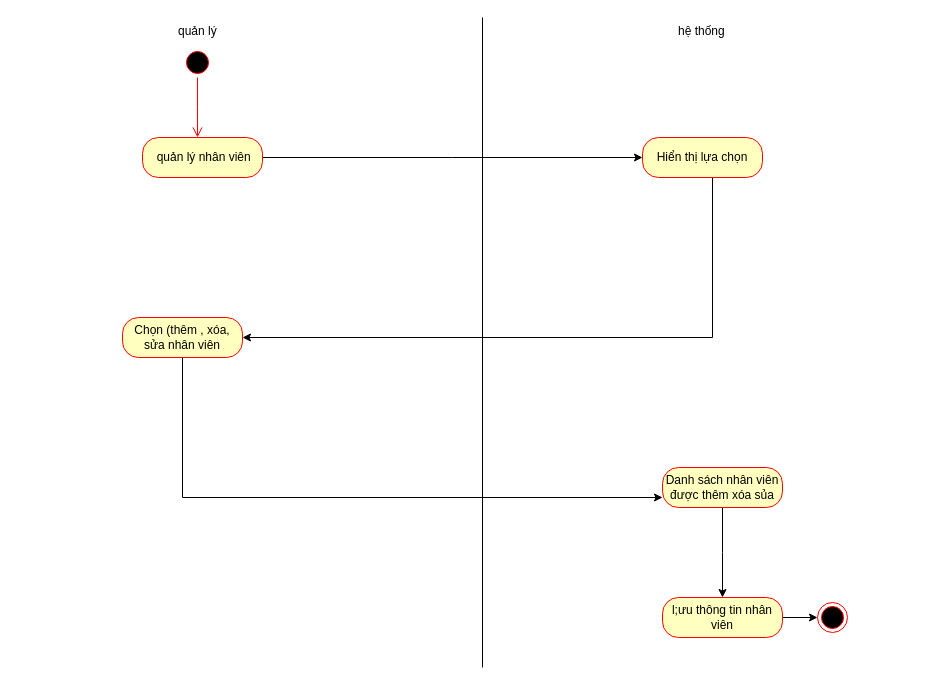
The draw.io diagram page "sửa nv" (1 of 16) of Untitled Diagram.drawio in sonha1/aaaa, before the edit. Source tidied: cells renumbered, new cells numbered last; positions are measured from the earlier drawing's top-left corner, leaving out a move shared by most shapes. Both pictures are drawn from the tidied source at 100%, with x=0, y=0 at pixel (122, 17).
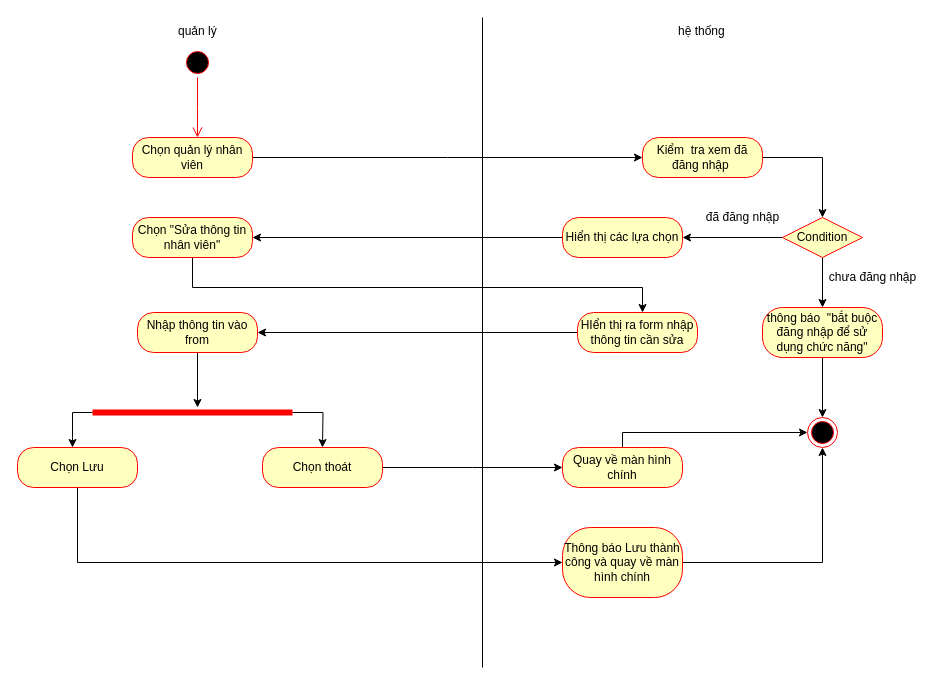
The same diagram, later.

Change to the diagram source:
```diff
@@
-    <mxCell id="8" value="&amp;nbsp;quản lý nhân viên" style="rounded=1;whiteSpace=wrap;html=1;arcSize=40;fontColor=#000000;fillColor=#ffffc0;strokeColor=#ff0000;" parent="1" vertex="1">
-      <mxGeometry x="20" y="120" width="120" height="40" as="geometry" />
+    <mxCell id="8" value="Chọn quản lý nhân viên" style="rounded=1;whiteSpace=wrap;html=1;arcSize=40;fontColor=#000000;fillColor=#ffffc0;strokeColor=#ff0000;" parent="1" vertex="1">
+      <mxGeometry x="10" y="120" width="120" height="40" as="geometry" />
     </mxCell>
-    <mxCell id="9" style="edgeStyle=orthogonalEdgeStyle;rounded=0;jettySize=auto;html=1;" parent="1" edge="1" source="10">
-      <mxGeometry relative="1" as="geometry">
-        <mxPoint x="120" y="320" as="targetPoint" />
-        <Array as="points">
-          <mxPoint x="590" y="320" />
-        </Array>
-      </mxGeometry>
-    </mxCell>
-    <mxCell id="10" value="Hiển thị lựa chọn" style="rounded=1;whiteSpace=wrap;html=1;arcSize=40;fontColor=#000000;fillColor=#ffffc0;strokeColor=#ff0000;" parent="1" vertex="1">
-      <mxGeometry x="520" y="120" width="120" height="40" as="geometry" />
-    </mxCell>
-    <mxCell id="11" style="edgeStyle=orthogonalEdgeStyle;rounded=0;jettySize=auto;html=1;" parent="1" edge="1" source="12">
-      <mxGeometry relative="1" as="geometry">
-        <mxPoint x="540" y="480" as="targetPoint" />
-        <Array as="points">
-          <mxPoint x="60" y="480" />
-        </Array>
-      </mxGeometry>
-    </mxCell>
-    <mxCell id="12" value="Chọn (thêm , xóa, sửa nhân viên" style="rounded=1;whiteSpace=wrap;html=1;arcSize=40;fontColor=#000000;fillColor=#ffffc0;strokeColor=#ff0000;" parent="1" vertex="1">
-      <mxGeometry y="300" width="120" height="40" as="geometry" />
-    </mxCell>
-    <mxCell id="13" style="edgeStyle=orthogonalEdgeStyle;rounded=0;jettySize=auto;html=1;" parent="1" edge="1" source="14">
-      <mxGeometry relative="1" as="geometry">
-        <mxPoint x="600" y="580" as="targetPoint" />
-      </mxGeometry>
-    </mxCell>
-    <mxCell id="14" value="Danh sách nhân viên được thêm xóa sủa" style="rounded=1;whiteSpace=wrap;html=1;arcSize=40;fontColor=#000000;fillColor=#ffffc0;strokeColor=#ff0000;" parent="1" vertex="1">
-      <mxGeometry x="540" y="450" width="120" height="40" as="geometry" />
-    </mxCell>
-    <mxCell id="15" style="edgeStyle=orthogonalEdgeStyle;rounded=0;jettySize=auto;html=1;" parent="1" edge="1" source="16" target="17">
-      <mxGeometry relative="1" as="geometry" />
-    </mxCell>
-    <mxCell id="16" value="l;ưu thông tin nhân viên" style="rounded=1;whiteSpace=wrap;html=1;arcSize=40;fontColor=#000000;fillColor=#ffffc0;strokeColor=#ff0000;" parent="1" vertex="1">
-      <mxGeometry x="540" y="580" width="120" height="40" as="geometry" />
-    </mxCell>
-    <mxCell id="17" style="ellipse;html=1;shape=endState;fillColor=#000000;strokeColor=#ff0000;" parent="1" vertex="1">
-      <mxGeometry x="695" y="585" width="30" height="30" as="geometry" />
-    </mxCell>
+    <mxCell id="18" style="edgeStyle=orthogonalEdgeStyle;rounded=0;jettySize=auto;html=1;" parent="1" edge="1" source="19" target="22">
+      <mxGeometry relative="1" as="geometry" />
+    </mxCell>
+    <mxCell id="19" value="Kiểm&amp;nbsp; tra xem đã đăng nhập&amp;nbsp;" style="rounded=1;whiteSpace=wrap;html=1;arcSize=40;fontColor=#000000;fillColor=#ffffc0;strokeColor=#ff0000;" parent="1" vertex="1">
+      <mxGeometry x="520" y="120" width="120" height="40" as="geometry" />
+    </mxCell>
+    <mxCell id="20" style="edgeStyle=orthogonalEdgeStyle;rounded=0;jettySize=auto;html=1;entryX=1;entryY=0.5;entryDx=0;entryDy=0;" parent="1" edge="1" source="22" target="24">
+      <mxGeometry relative="1" as="geometry" />
+    </mxCell>
+    <mxCell id="21" style="edgeStyle=orthogonalEdgeStyle;rounded=0;jettySize=auto;html=1;" parent="1" edge="1" source="22" target="27">
+      <mxGeometry relative="1" as="geometry" />
+    </mxCell>
+    <mxCell id="22" value="Condition" style="rhombus;whiteSpace=wrap;html=1;fillColor=#ffffc0;strokeColor=#ff0000;" parent="1" vertex="1">
+      <mxGeometry x="660" y="200" width="80" height="40" as="geometry" />
+    </mxCell>
+    <mxCell id="23" style="edgeStyle=orthogonalEdgeStyle;rounded=0;jettySize=auto;html=1;" parent="1" edge="1" source="24">
+      <mxGeometry relative="1" as="geometry">
+        <mxPoint x="130" y="220" as="targetPoint" />
+      </mxGeometry>
+    </mxCell>
+    <mxCell id="24" value="Hiển thị các lựa chọn" style="rounded=1;whiteSpace=wrap;html=1;arcSize=40;fontColor=#000000;fillColor=#ffffc0;strokeColor=#ff0000;" parent="1" vertex="1">
+      <mxGeometry x="440" y="200" width="120" height="40" as="geometry" />
+    </mxCell>
+    <mxCell id="25" value="đã đăng nhập" style="text;html=1;align=center;verticalAlign=middle;strokeColor=none;fillColor=none;" parent="1" vertex="1">
+      <mxGeometry x="575" y="190" width="90" height="20" as="geometry" />
+    </mxCell>
+    <mxCell id="26" style="edgeStyle=orthogonalEdgeStyle;rounded=0;jettySize=auto;html=1;entryX=0.5;entryY=0;entryDx=0;entryDy=0;" parent="1" edge="1" source="27" target="28">
+      <mxGeometry relative="1" as="geometry" />
+    </mxCell>
+    <mxCell id="27" value="thông báo&amp;nbsp; &quot;bắt buộc đăng nhập để sử dụng chức năng&quot;" style="rounded=1;whiteSpace=wrap;html=1;arcSize=40;fontColor=#000000;fillColor=#ffffc0;strokeColor=#ff0000;" parent="1" vertex="1">
+      <mxGeometry x="640" y="290" width="120" height="50" as="geometry" />
+    </mxCell>
+    <mxCell id="28" style="ellipse;html=1;shape=endState;fillColor=#000000;strokeColor=#ff0000;" parent="1" vertex="1">
+      <mxGeometry x="685" y="400" width="30" height="30" as="geometry" />
+    </mxCell>
+    <mxCell id="29" style="edgeStyle=orthogonalEdgeStyle;rounded=0;jettySize=auto;html=1;entryX=0.542;entryY=0;entryDx=0;entryDy=0;entryPerimeter=0;" parent="1" edge="1" source="30" target="32">
+      <mxGeometry relative="1" as="geometry">
+        <Array as="points">
+          <mxPoint x="70" y="270" />
+          <mxPoint x="520" y="270" />
+        </Array>
+      </mxGeometry>
+    </mxCell>
+    <mxCell id="30" value="Chọn &quot;Sửa thông tin nhân viên&quot;" style="rounded=1;whiteSpace=wrap;html=1;arcSize=40;fontColor=#000000;fillColor=#ffffc0;strokeColor=#ff0000;" parent="1" vertex="1">
+      <mxGeometry x="10" y="200" width="120" height="40" as="geometry" />
+    </mxCell>
+    <mxCell id="31" style="edgeStyle=orthogonalEdgeStyle;rounded=0;jettySize=auto;html=1;entryX=1;entryY=0.5;entryDx=0;entryDy=0;" parent="1" edge="1" source="32" target="34">
+      <mxGeometry relative="1" as="geometry" />
+    </mxCell>
+    <mxCell id="32" value="HIển thị ra form nhập thông tin cần sửa" style="rounded=1;whiteSpace=wrap;html=1;arcSize=40;fontColor=#000000;fillColor=#ffffc0;strokeColor=#ff0000;" parent="1" vertex="1">
+      <mxGeometry x="455" y="295" width="120" height="40" as="geometry" />
+    </mxCell>
+    <mxCell id="33" style="edgeStyle=orthogonalEdgeStyle;rounded=0;jettySize=auto;html=1;entryX=0.525;entryY=0;entryDx=0;entryDy=0;entryPerimeter=0;" parent="1" edge="1" source="34" target="37">
+      <mxGeometry relative="1" as="geometry" />
+    </mxCell>
+    <mxCell id="34" value="Nhập thông tin vào from" style="rounded=1;whiteSpace=wrap;html=1;arcSize=40;fontColor=#000000;fillColor=#ffffc0;strokeColor=#ff0000;" parent="1" vertex="1">
+      <mxGeometry x="15" y="295" width="120" height="40" as="geometry" />
+    </mxCell>
+    <mxCell id="35" style="edgeStyle=orthogonalEdgeStyle;rounded=0;jettySize=auto;html=1;" parent="1" edge="1" source="37">
+      <mxGeometry relative="1" as="geometry">
+        <mxPoint x="200" y="430" as="targetPoint" />
+      </mxGeometry>
+    </mxCell>
+    <mxCell id="36" style="edgeStyle=orthogonalEdgeStyle;rounded=0;jettySize=auto;html=1;" parent="1" edge="1" source="37">
+      <mxGeometry relative="1" as="geometry">
+        <mxPoint x="-50" y="430" as="targetPoint" />
+      </mxGeometry>
+    </mxCell>
+    <mxCell id="37" style="shape=line;html=1;strokeWidth=6;strokeColor=#ff0000;" parent="1" vertex="1">
+      <mxGeometry x="-30" y="390" width="200" height="10" as="geometry" />
+    </mxCell>
+    <mxCell id="38" style="edgeStyle=orthogonalEdgeStyle;rounded=0;jettySize=auto;html=1;" parent="1" edge="1" source="39">
+      <mxGeometry relative="1" as="geometry">
+        <mxPoint x="440" y="450" as="targetPoint" />
+      </mxGeometry>
+    </mxCell>
+    <mxCell id="39" value="Chọn thoát" style="rounded=1;whiteSpace=wrap;html=1;arcSize=40;fontColor=#000000;fillColor=#ffffc0;strokeColor=#ff0000;" parent="1" vertex="1">
+      <mxGeometry x="140" y="430" width="120" height="40" as="geometry" />
+    </mxCell>
+    <mxCell id="40" style="edgeStyle=orthogonalEdgeStyle;rounded=0;jettySize=auto;html=1;entryX=0;entryY=0.5;entryDx=0;entryDy=0;" parent="1" edge="1" source="41" target="28">
+      <mxGeometry relative="1" as="geometry">
+        <Array as="points">
+          <mxPoint x="500" y="415" />
+        </Array>
+      </mxGeometry>
+    </mxCell>
+    <mxCell id="41" value="Quay về màn hình chính" style="rounded=1;whiteSpace=wrap;html=1;arcSize=40;fontColor=#000000;fillColor=#ffffc0;strokeColor=#ff0000;" parent="1" vertex="1">
+      <mxGeometry x="440" y="430" width="120" height="40" as="geometry" />
+    </mxCell>
+    <mxCell id="42" style="edgeStyle=orthogonalEdgeStyle;rounded=0;jettySize=auto;html=1;entryX=0;entryY=0.5;entryDx=0;entryDy=0;" parent="1" edge="1" source="43" target="45">
+      <mxGeometry relative="1" as="geometry">
+        <Array as="points">
+          <mxPoint x="-45" y="545" />
+        </Array>
+      </mxGeometry>
+    </mxCell>
+    <mxCell id="43" value="Chọn Lưu" style="rounded=1;whiteSpace=wrap;html=1;arcSize=40;fontColor=#000000;fillColor=#ffffc0;strokeColor=#ff0000;" parent="1" vertex="1">
+      <mxGeometry x="-105" y="430" width="120" height="40" as="geometry" />
+    </mxCell>
+    <mxCell id="44" style="edgeStyle=orthogonalEdgeStyle;rounded=0;jettySize=auto;html=1;entryX=0.5;entryY=1;entryDx=0;entryDy=0;" parent="1" edge="1" source="45" target="28">
+      <mxGeometry relative="1" as="geometry" />
+    </mxCell>
+    <mxCell id="45" value="Thông báo Lưu thành công và quay về màn hình chính" style="rounded=1;whiteSpace=wrap;html=1;arcSize=40;fontColor=#000000;fillColor=#ffffc0;strokeColor=#ff0000;" parent="1" vertex="1">
+      <mxGeometry x="440" y="510" width="120" height="70" as="geometry" />
+    </mxCell>
+    <mxCell id="46" value="chưa đăng nhập" style="text;html=1;align=center;verticalAlign=middle;strokeColor=none;fillColor=none;" parent="1" vertex="1">
+      <mxGeometry x="700" y="250" width="100" height="20" as="geometry" />
+    </mxCell>
```
